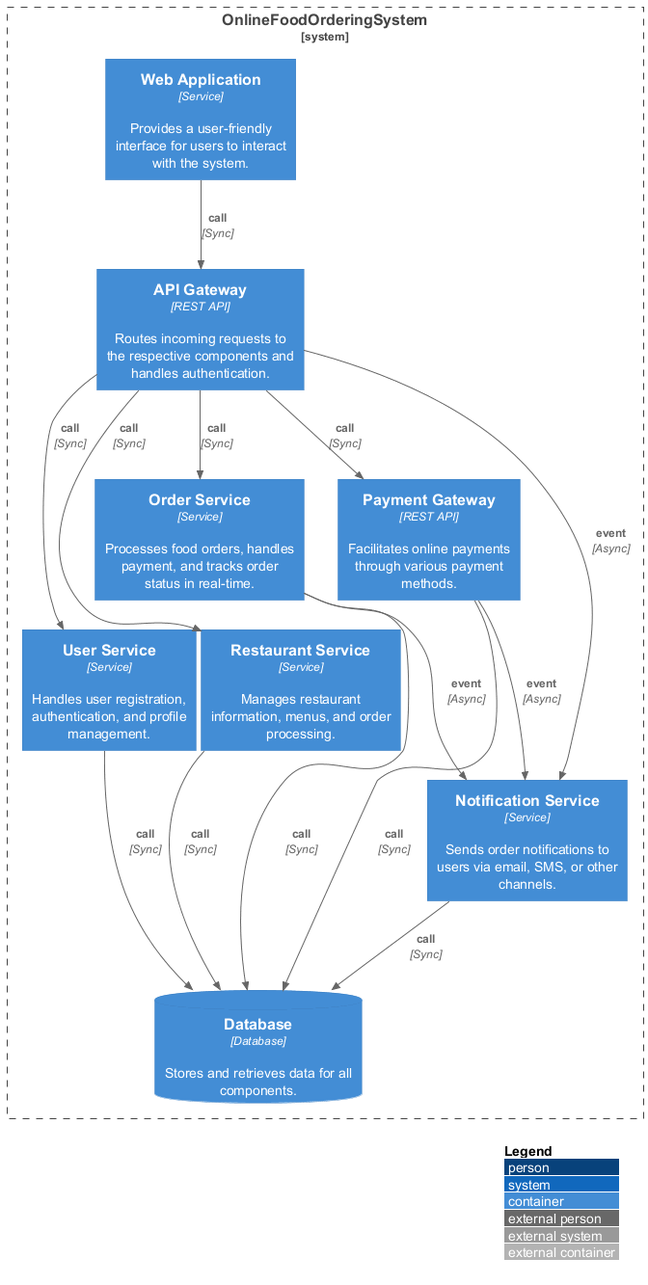
Before: output/architecture_c4.png, a diagram exported from PlantUML (YoumnaHanyy/GPARCHIMIND).
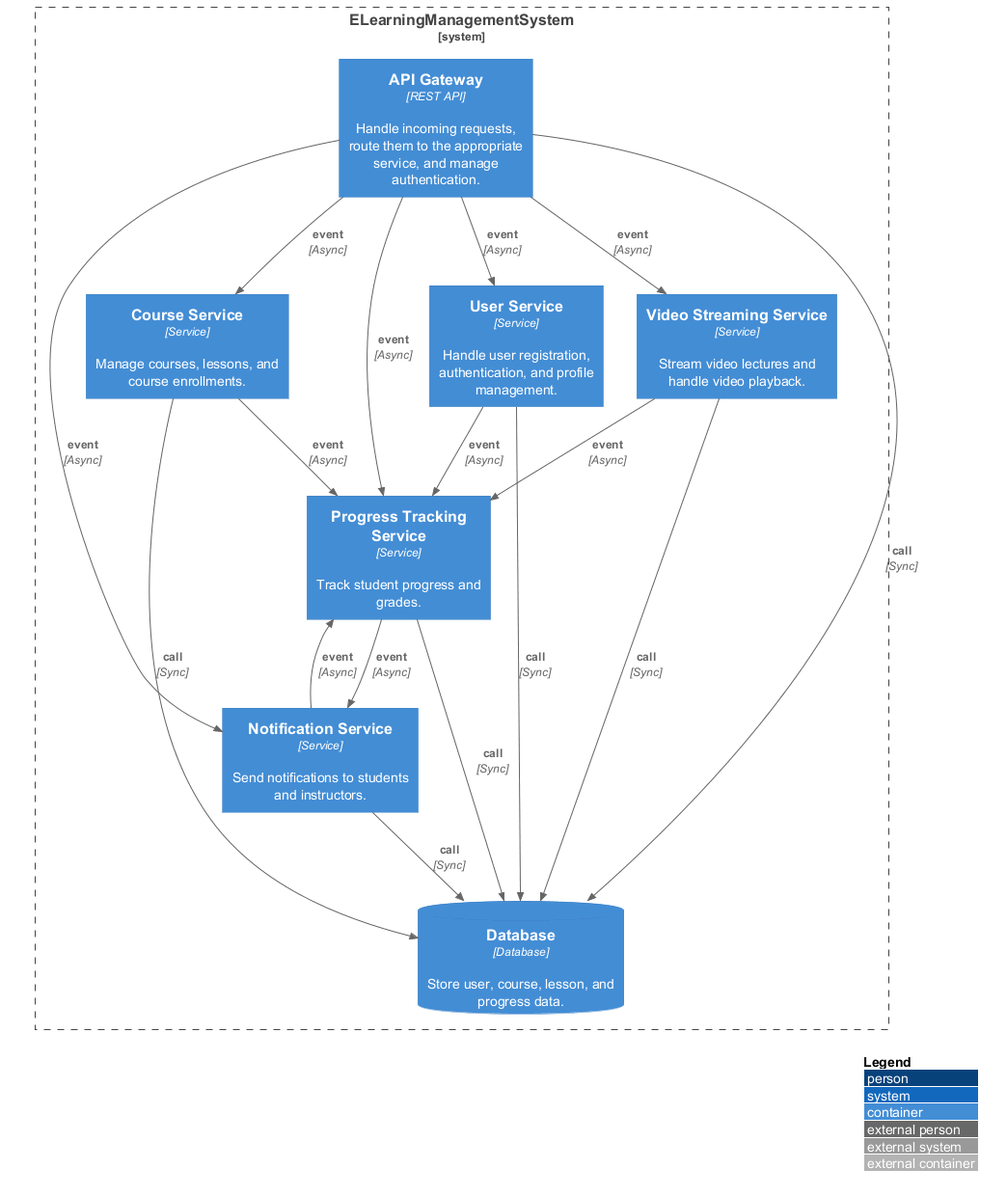
After the commit.

Diff of the diagram source:
```diff
@@ -1,27 +1,29 @@
 @startuml
 !include https://raw.githubusercontent.com/plantuml-stdlib/C4-PlantUML/master/C4_Container.puml
 LAYOUT_WITH_LEGEND()
-System_Boundary(system, "OnlineFoodOrderingSystem") {
-  Container(UserService, "User Service", "Service", "Handles user registration, authentication, and profile management.")
-  Container(RestaurantService, "Restaurant Service", "Service", "Manages restaurant information, menus, and order processing.")
-  Container(OrderService, "Order Service", "Service", "Processes food orders, handles payment, and tracks order status in real-time.")
-  Container(PaymentGateway, "Payment Gateway", "REST API", "Facilitates online payments through various payment methods.")
-  Container(NotificationService, "Notification Service", "Service", "Sends order notifications to users via email, SMS, or other channels.")
-  ContainerDb(Database, "Database", "Database", "Stores and retrieves data for all components.")
-  Container(APIGateway, "API Gateway", "REST API", "Routes incoming requests to the respective components and handles authentication.")
-  Container(WebApplication, "Web Application", "Service", "Provides a user-friendly interface for users to interact with the system.")
+System_Boundary(system, "ELearningManagementSystem") {
+  Container(UserService, "User Service", "Service", "Handle user registration, authentication, and profile management.")
+  Container(CourseService, "Course Service", "Service", "Manage courses, lessons, and course enrollments.")
+  Container(VideoStreamingService, "Video Streaming Service", "Service", "Stream video lectures and handle video playback.")
+  Container(ProgressTrackingService, "Progress Tracking Service", "Service", "Track student progress and grades.")
+  Container(NotificationService, "Notification Service", "Service", "Send notifications to students and instructors.")
+  Container(APIGateway, "API Gateway", "REST API", "Handle incoming requests, route them to the appropriate service, and manage authentication.")
+  ContainerDb(Database, "Database", "Database", "Store user, course, lesson, and progress data.")
 }
-Rel(APIGateway, UserService, "call", "Sync")
-Rel(APIGateway, RestaurantService, "call", "Sync")
-Rel(APIGateway, OrderService, "call", "Sync")
-Rel(APIGateway, PaymentGateway, "call", "Sync")
+Rel(APIGateway, UserService, "event", "Async")
+Rel(APIGateway, CourseService, "event", "Async")
+Rel(APIGateway, VideoStreamingService, "event", "Async")
+Rel(APIGateway, ProgressTrackingService, "event", "Async")
 Rel(APIGateway, NotificationService, "event", "Async")
 Rel(UserService, Database, "call", "Sync")
-Rel(RestaurantService, Database, "call", "Sync")
-Rel(OrderService, Database, "call", "Sync")
-Rel(PaymentGateway, Database, "call", "Sync")
+Rel(CourseService, Database, "call", "Sync")
+Rel(VideoStreamingService, Database, "call", "Sync")
+Rel(ProgressTrackingService, Database, "call", "Sync")
 Rel(NotificationService, Database, "call", "Sync")
-Rel(OrderService, NotificationService, "event", "Async")
-Rel(PaymentGateway, NotificationService, "event", "Async")
-Rel(WebApplication, APIGateway, "call", "Sync")
+Rel(APIGateway, Database, "call", "Sync")
+Rel(UserService, ProgressTrackingService, "event", "Async")
+Rel(CourseService, ProgressTrackingService, "event", "Async")
+Rel(VideoStreamingService, ProgressTrackingService, "event", "Async")
+Rel(NotificationService, ProgressTrackingService, "event", "Async")
+Rel(ProgressTrackingService, NotificationService, "event", "Async")
 @enduml
```
